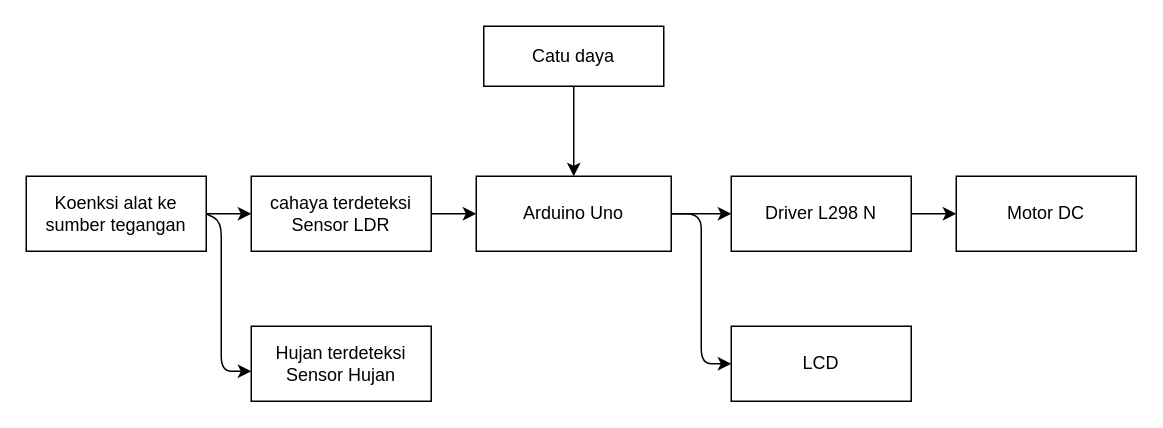
nalendro16/Vuejs101 keeps this draw.io diagram as harber.drawio. Above is the earlier version. Source tidied: cells renumbered, new cells numbered last; positions are measured from the earlier drawing's top-left corner, leaving out a move shared by most shapes. Both pictures are drawn from the tidied source at 150%, with x=0, y=0 at pixel (26, 26).
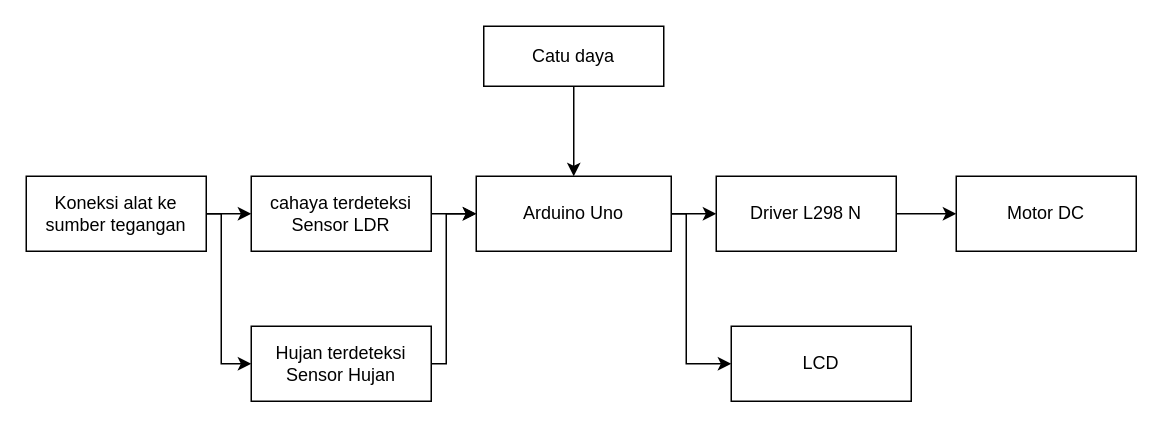
The same page after the edit.

Unchanged cells that the change refers to:
```xml
<mxCell id="7" value="Arduino Uno" style="rounded=0;whiteSpace=wrap;html=1;" parent="1" vertex="1">
  <mxGeometry x="300" y="100" width="130" height="50" as="geometry" />
</mxCell>
<mxCell id="10" value="LCD" style="rounded=0;whiteSpace=wrap;html=1;" parent="1" vertex="1">
  <mxGeometry x="470" y="200" width="120" height="50" as="geometry" />
</mxCell>
<mxCell id="15" value="Hujan terdeteksi&lt;br&gt;Sensor Hujan" style="rounded=0;whiteSpace=wrap;html=1;" parent="1" vertex="1">
  <mxGeometry x="150" y="200" width="120" height="50" as="geometry" />
</mxCell>
```

What changed in the source:
```diff
@@
+    <mxCell id="12" style="edgeStyle=orthogonalEdgeStyle;rounded=0;jettySize=auto;html=1;entryX=0;entryY=0.5;entryDx=0;entryDy=0;" parent="1" edge="1" source="7" target="10">
+      <mxGeometry relative="1" as="geometry">
+        <Array as="points">
+          <mxPoint x="440" y="125" />
+          <mxPoint x="440" y="225" />
+        </Array>
+      </mxGeometry>
+    </mxCell>
@@
     <mxCell id="9" value="Driver L298 N" style="rounded=0;whiteSpace=wrap;html=1;" parent="1" vertex="1">
-      <mxGeometry x="470" y="100" width="120" height="50" as="geometry" />
+      <mxGeometry x="460" y="100" width="120" height="50" as="geometry" />
     </mxCell>
@@
-    <mxCell id="12" style="endArrow=classic;html=1;entryX=0;entryY=0.5;entryDx=0;entryDy=0;exitX=1;exitY=0.5;exitDx=0;exitDy=0;" parent="1" edge="1" source="7" target="10">
-      <mxGeometry relative="1" as="geometry">
-        <Array as="points">
-          <mxPoint x="450" y="125" />
-          <mxPoint x="450" y="225" />
-        </Array>
-      </mxGeometry>
-    </mxCell>
@@
+    <mxCell id="17" style="edgeStyle=orthogonalEdgeStyle;rounded=0;jettySize=auto;html=1;entryX=0;entryY=0.5;entryDx=0;entryDy=0;" parent="1" edge="1" source="14" target="15">
+      <mxGeometry relative="1" as="geometry">
+        <Array as="points">
+          <mxPoint x="130" y="125" />
+          <mxPoint x="130" y="225" />
+        </Array>
+      </mxGeometry>
+    </mxCell>
-    <mxCell id="14" value="Koenksi alat ke sumber tegangan" style="rounded=0;whiteSpace=wrap;html=1;" parent="1" vertex="1">
+    <mxCell id="14" value="Koneksi alat ke sumber tegangan" style="rounded=0;whiteSpace=wrap;html=1;" parent="1" vertex="1">
       <mxGeometry y="100" width="120" height="50" as="geometry" />
     </mxCell>
+    <mxCell id="18" style="edgeStyle=orthogonalEdgeStyle;rounded=0;jettySize=auto;html=1;entryX=0;entryY=0.5;entryDx=0;entryDy=0;" parent="1" edge="1" source="15" target="7">
+      <mxGeometry relative="1" as="geometry">
+        <Array as="points">
+          <mxPoint x="280" y="225" />
+          <mxPoint x="280" y="125" />
+        </Array>
+      </mxGeometry>
+    </mxCell>
@@
-    <mxCell id="16" style="endArrow=classic;html=1;exitX=1;exitY=0.5;exitDx=0;exitDy=0;" parent="1" edge="1" source="14">
-      <mxGeometry relative="1" as="geometry">
-        <mxPoint x="150" y="230" as="targetPoint" />
-        <Array as="points">
-          <mxPoint x="130" y="130" />
-          <mxPoint x="130" y="230" />
-        </Array>
-      </mxGeometry>
-    </mxCell>
```
